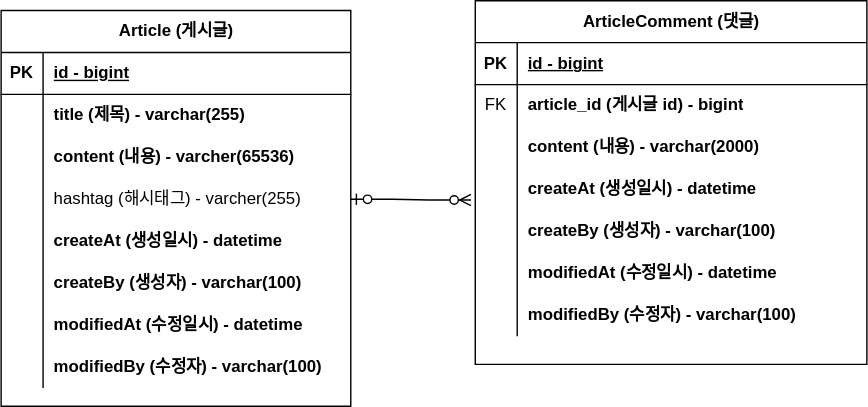
Earlier version of the draw.io export document/board-erd.svg (Llimy1/board-project). Source tidied: cells renumbered, new cells last; positions are measured from the earlier drawing's top-left corner, leaving out a move shared by most shapes.
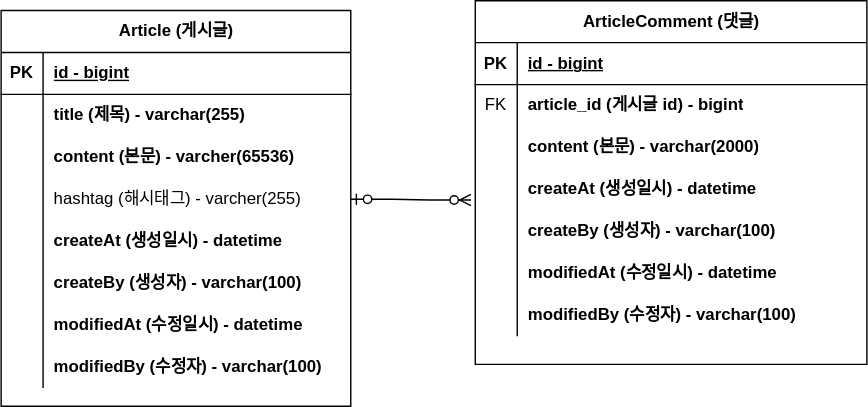
After the change.

Commit message:
#8 - ERD 주석 업데이트:board-erd.svg

Change to the diagram source:
```diff
@@ -29,7 +29,7 @@
     <mxCell id="10" style="shape=partialRectangle;fillColor=none;top=0;left=0;bottom=0;right=0;overflow=hidden;whiteSpace=wrap;html=1;" parent="9" vertex="1">
       <mxGeometry width="30" height="30" as="geometry" />
     </mxCell>
-    <mxCell id="11" value="&lt;b&gt;content (내용) - varcher(65536)&lt;/b&gt;" style="shape=partialRectangle;fillColor=none;top=0;left=0;bottom=0;right=0;align=left;spacingLeft=6;overflow=hidden;whiteSpace=wrap;html=1;" parent="9" vertex="1">
+    <mxCell id="11" value="&lt;b&gt;content (본문) - varcher(65536)&lt;/b&gt;" style="shape=partialRectangle;fillColor=none;top=0;left=0;bottom=0;right=0;align=left;spacingLeft=6;overflow=hidden;whiteSpace=wrap;html=1;" parent="9" vertex="1">
       <mxGeometry x="30" width="220" height="30" as="geometry" />
     </mxCell>
     <mxCell id="12" style="shape=tableRow;horizontal=0;startSize=0;swimlaneHead=0;swimlaneBody=0;fillColor=none;points=[[0,0.5],[1,0.5]];portConstraint=eastwest;top=0;left=0;right=0;bottom=0;" parent="2" vertex="1">
@@ -104,7 +104,7 @@
     <mxCell id="35" style="shape=partialRectangle;fillColor=none;top=0;left=0;bottom=0;right=0;overflow=hidden;whiteSpace=wrap;html=1;" parent="34" vertex="1">
       <mxGeometry width="30" height="30" as="geometry" />
     </mxCell>
-    <mxCell id="36" value="content (내용) - varchar(2000)" style="shape=partialRectangle;fillColor=none;top=0;left=0;bottom=0;right=0;align=left;spacingLeft=6;overflow=hidden;whiteSpace=wrap;html=1;fontStyle=1;" parent="34" vertex="1">
+    <mxCell id="36" value="content (본문) - varchar(2000)" style="shape=partialRectangle;fillColor=none;top=0;left=0;bottom=0;right=0;align=left;spacingLeft=6;overflow=hidden;whiteSpace=wrap;html=1;fontStyle=1;" parent="34" vertex="1">
       <mxGeometry x="30" width="250" height="30" as="geometry" />
     </mxCell>
     <mxCell id="37" style="shape=tableRow;horizontal=0;startSize=0;swimlaneHead=0;swimlaneBody=0;fillColor=none;points=[[0,0.5],[1,0.5]];portConstraint=eastwest;top=0;left=0;right=0;bottom=0;" parent="27" vertex="1">
```
